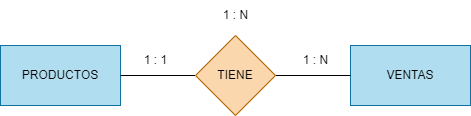
IsaiasTolP/Base-Datos keeps this draw.io diagram as Unidad-5/Tarea-4/Modelo-ER.drawio.png. Above is the earlier version. Source tidied: cells renumbered, new cells last; positions are measured from the earlier drawing's top-left corner, leaving out a move shared by most shapes. The source it was exported from:
```xml
<mxGraphModel>
  <root>
    <mxCell id="0" />
    <mxCell id="1" parent="0" />
    <mxCell id="2" value="&lt;font color=&quot;#000000&quot;&gt;PRODUCTOS&lt;/font&gt;" style="rounded=0;whiteSpace=wrap;html=1;fillColor=#b1ddf0;strokeColor=#10739e;" parent="1" vertex="1">
      <mxGeometry y="45" width="120" height="60" as="geometry" />
    </mxCell>
    <mxCell id="3" value="&lt;font color=&quot;#000000&quot;&gt;VENTAS&lt;/font&gt;" style="rounded=0;whiteSpace=wrap;html=1;fillColor=#b1ddf0;strokeColor=#10739e;" parent="1" vertex="1">
      <mxGeometry x="350" y="45" width="120" height="60" as="geometry" />
    </mxCell>
    <mxCell id="4" style="edgeStyle=none;html=1;exitX=1;exitY=0.5;exitDx=0;exitDy=0;entryX=0;entryY=0.5;entryDx=0;entryDy=0;fontColor=#000000;endArrow=none;endFill=0;strokeColor=#000000;" parent="1" edge="1" source="6" target="3">
      <mxGeometry relative="1" as="geometry" />
    </mxCell>
    <mxCell id="5" style="edgeStyle=none;html=1;exitX=0;exitY=0.5;exitDx=0;exitDy=0;entryX=1;entryY=0.5;entryDx=0;entryDy=0;fontColor=#000000;endArrow=none;endFill=0;strokeColor=#000000;" parent="1" edge="1" source="6" target="2">
      <mxGeometry relative="1" as="geometry" />
    </mxCell>
    <mxCell id="6" value="&lt;font color=&quot;#000000&quot;&gt;TIENE&lt;/font&gt;" style="rhombus;whiteSpace=wrap;html=1;fillColor=#fad7ac;strokeColor=#b46504;" parent="1" vertex="1">
      <mxGeometry x="195" y="35" width="80" height="80" as="geometry" />
    </mxCell>
    <mxCell id="7" value="1 : N" style="text;html=1;align=center;verticalAlign=middle;strokeColor=none;fillColor=none;fontColor=#000000;" parent="1" vertex="1">
      <mxGeometry x="210" width="50" height="30" as="geometry" />
    </mxCell>
    <mxCell id="8" value="1 : N" style="text;html=1;align=center;verticalAlign=middle;strokeColor=none;fillColor=none;fontColor=#000000;" parent="1" vertex="1">
      <mxGeometry x="290" y="45" width="50" height="30" as="geometry" />
    </mxCell>
    <mxCell id="9" value="1 : 1" style="text;html=1;align=center;verticalAlign=middle;strokeColor=none;fillColor=none;fontColor=#000000;" parent="1" vertex="1">
      <mxGeometry x="130" y="45" width="50" height="30" as="geometry" />
    </mxCell>
  </root>
</mxGraphModel>
```
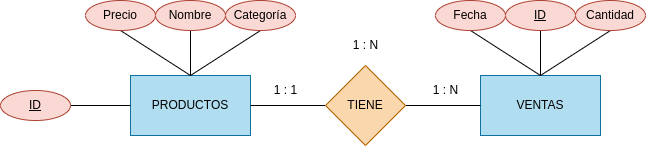
The same file after the commit.

What changed in the source:
```diff
@@ -26,5 +26,49 @@
     <mxCell id="9" value="1 : 1" style="text;html=1;align=center;verticalAlign=middle;strokeColor=none;fillColor=none;fontColor=#000000;" parent="1" vertex="1">
       <mxGeometry x="130" y="45" width="50" height="30" as="geometry" />
     </mxCell>
+    <mxCell id="10" style="edgeStyle=none;html=1;exitX=1;exitY=0.5;exitDx=0;exitDy=0;entryX=0;entryY=0.5;entryDx=0;entryDy=0;fontColor=#000000;endArrow=none;endFill=0;" parent="1" edge="1" source="11" target="2">
+      <mxGeometry relative="1" as="geometry" />
+    </mxCell>
+    <mxCell id="11" value="&lt;u&gt;ID&lt;/u&gt;" style="ellipse;whiteSpace=wrap;html=1;fillColor=#fad9d5;strokeColor=#ae4132;fontColor=#000000;" parent="1" vertex="1">
+      <mxGeometry x="-130" y="60" width="70" height="30" as="geometry" />
+    </mxCell>
+    <mxCell id="12" style="edgeStyle=none;html=1;exitX=0.5;exitY=1;exitDx=0;exitDy=0;entryX=0.5;entryY=0;entryDx=0;entryDy=0;fontColor=#000000;endArrow=none;endFill=0;" parent="1" edge="1" source="13" target="3">
+      <mxGeometry relative="1" as="geometry" />
+    </mxCell>
+    <mxCell id="13" value="&lt;u&gt;ID&lt;/u&gt;" style="ellipse;whiteSpace=wrap;html=1;fillColor=#fad9d5;strokeColor=#ae4132;fontColor=#000000;" parent="1" vertex="1">
+      <mxGeometry x="375" y="-30" width="70" height="30" as="geometry" />
+    </mxCell>
+    <mxCell id="14" style="edgeStyle=none;html=1;exitX=0.5;exitY=1;exitDx=0;exitDy=0;entryX=0.5;entryY=0;entryDx=0;entryDy=0;fontColor=#000000;endArrow=none;endFill=0;" parent="1" edge="1" source="15" target="2">
+      <mxGeometry relative="1" as="geometry" />
+    </mxCell>
+    <mxCell id="15" value="Nombre" style="ellipse;whiteSpace=wrap;html=1;fillColor=#fad9d5;strokeColor=#ae4132;fontColor=#000000;" parent="1" vertex="1">
+      <mxGeometry x="25" y="-30" width="70" height="30" as="geometry" />
+    </mxCell>
+    <mxCell id="16" style="edgeStyle=none;html=1;exitX=0.5;exitY=1;exitDx=0;exitDy=0;entryX=0.5;entryY=0;entryDx=0;entryDy=0;fontColor=#000000;endArrow=none;endFill=0;" parent="1" edge="1" source="17" target="2">
+      <mxGeometry relative="1" as="geometry" />
+    </mxCell>
+    <mxCell id="17" value="Categoría" style="ellipse;whiteSpace=wrap;html=1;fillColor=#fad9d5;strokeColor=#ae4132;fontColor=#000000;" parent="1" vertex="1">
+      <mxGeometry x="95" y="-30" width="70" height="30" as="geometry" />
+    </mxCell>
+    <mxCell id="18" style="edgeStyle=none;html=1;exitX=0.5;exitY=1;exitDx=0;exitDy=0;entryX=0.5;entryY=0;entryDx=0;entryDy=0;fontColor=#000000;endArrow=none;endFill=0;" parent="1" edge="1" source="19" target="2">
+      <mxGeometry relative="1" as="geometry" />
+    </mxCell>
+    <mxCell id="19" value="Precio" style="ellipse;whiteSpace=wrap;html=1;fillColor=#fad9d5;strokeColor=#ae4132;fontColor=#000000;" parent="1" vertex="1">
+      <mxGeometry x="-45" y="-30" width="70" height="30" as="geometry" />
+    </mxCell>
+    <mxCell id="20" style="edgeStyle=none;html=1;exitX=0.5;exitY=1;exitDx=0;exitDy=0;fontColor=#000000;endArrow=none;endFill=0;" parent="1" edge="1" source="21">
+      <mxGeometry relative="1" as="geometry">
+        <mxPoint x="410" y="45" as="targetPoint" />
+      </mxGeometry>
+    </mxCell>
+    <mxCell id="21" value="Fecha" style="ellipse;whiteSpace=wrap;html=1;fillColor=#fad9d5;strokeColor=#ae4132;fontColor=#000000;" parent="1" vertex="1">
+      <mxGeometry x="305" y="-30" width="70" height="30" as="geometry" />
+    </mxCell>
+    <mxCell id="22" style="edgeStyle=none;html=1;exitX=0.5;exitY=1;exitDx=0;exitDy=0;entryX=0.5;entryY=0;entryDx=0;entryDy=0;fontColor=#000000;endArrow=none;endFill=0;" parent="1" edge="1" source="23" target="3">
+      <mxGeometry relative="1" as="geometry" />
+    </mxCell>
+    <mxCell id="23" value="Cantidad" style="ellipse;whiteSpace=wrap;html=1;fillColor=#fad9d5;strokeColor=#ae4132;fontColor=#000000;" parent="1" vertex="1">
+      <mxGeometry x="445" y="-30" width="70" height="30" as="geometry" />
+    </mxCell>
   </root>
 </mxGraphModel>
```
